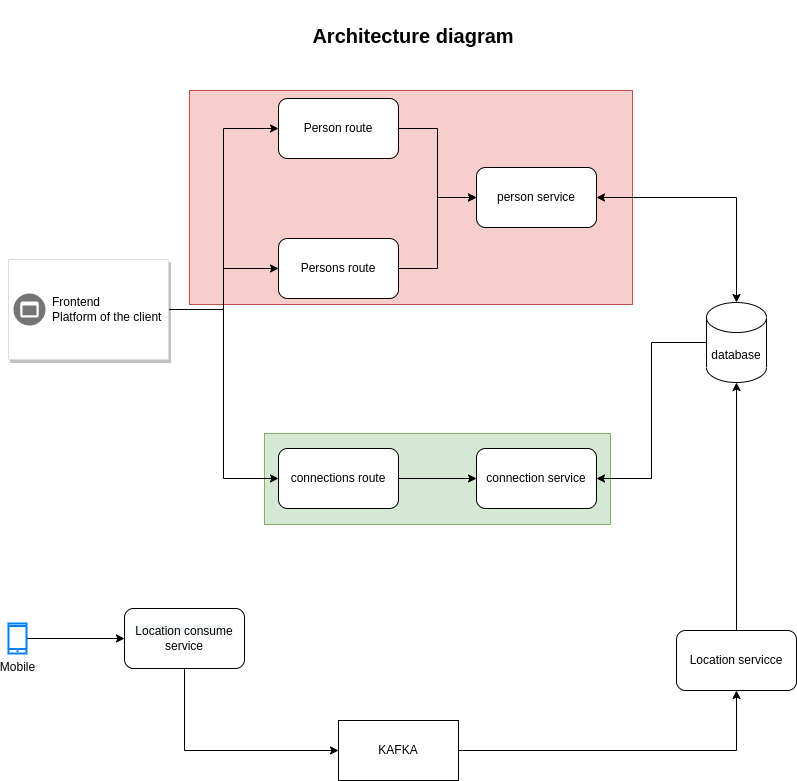
Earlier version of the draw.io export docs/architecture_design.png (moe-men/Udaconnect). Source tidied: cells renumbered, new cells last; positions are measured from the earlier drawing's top-left corner, leaving out a move shared by most shapes.
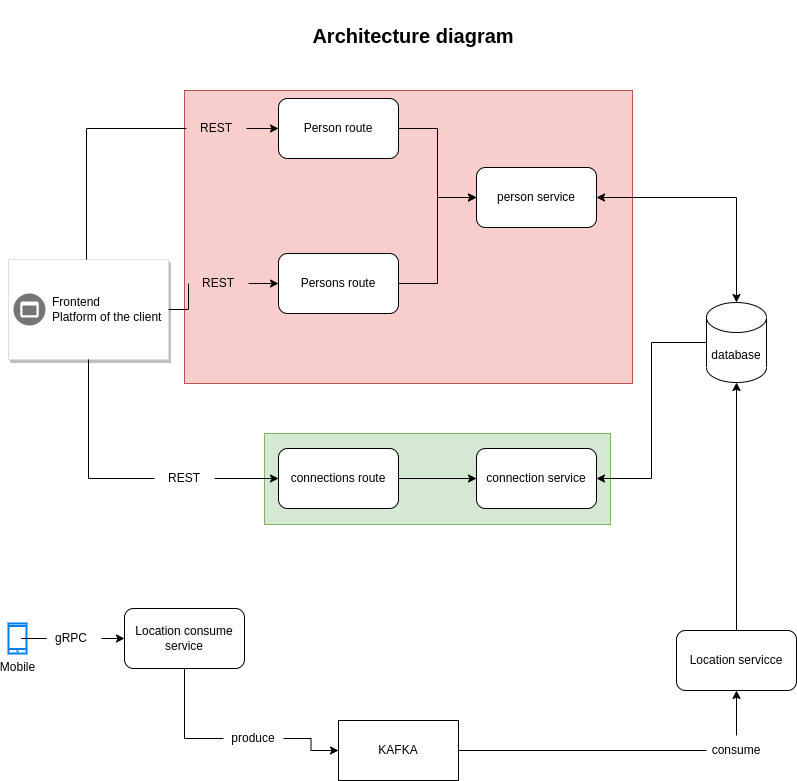
Later version of the same file.

Change to the diagram source:
```diff
@@ -6,15 +6,15 @@
       <mxGeometry x="256" y="433" width="346" height="91" as="geometry" />
     </mxCell>
     <mxCell id="3" style="rounded=0;whiteSpace=wrap;html=1;fillColor=#f8cecc;strokeColor=#b85450;" parent="1" vertex="1">
-      <mxGeometry x="181" y="90" width="443" height="214" as="geometry" />
+      <mxGeometry x="176" y="90" width="448" height="293" as="geometry" />
     </mxCell>
-    <mxCell id="4" style="edgeStyle=orthogonalEdgeStyle;rounded=0;jettySize=auto;html=1;entryX=0;entryY=0.5;entryDx=0;entryDy=0;" parent="1" edge="1" source="7" target="12">
+    <mxCell id="4" style="edgeStyle=orthogonalEdgeStyle;rounded=0;jettySize=auto;html=1;entryX=0;entryY=0.5;entryDx=0;entryDy=0;startArrow=none;" parent="1" edge="1" source="36" target="12">
       <mxGeometry relative="1" as="geometry" />
     </mxCell>
-    <mxCell id="5" style="edgeStyle=orthogonalEdgeStyle;rounded=0;jettySize=auto;html=1;entryX=0;entryY=0.5;entryDx=0;entryDy=0;" parent="1" edge="1" source="7" target="14">
+    <mxCell id="5" style="edgeStyle=orthogonalEdgeStyle;rounded=0;jettySize=auto;html=1;entryX=0;entryY=0.5;entryDx=0;entryDy=0;startArrow=none;" parent="1" edge="1" source="32" target="14">
       <mxGeometry relative="1" as="geometry" />
     </mxCell>
-    <mxCell id="6" style="edgeStyle=orthogonalEdgeStyle;rounded=0;jettySize=auto;html=1;entryX=0;entryY=0.5;entryDx=0;entryDy=0;" parent="1" edge="1" source="7" target="10">
+    <mxCell id="6" style="edgeStyle=orthogonalEdgeStyle;rounded=0;jettySize=auto;html=1;entryX=0;entryY=0.5;entryDx=0;entryDy=0;startArrow=none;" parent="1" edge="1" source="34" target="10">
       <mxGeometry relative="1" as="geometry" />
     </mxCell>
     <mxCell id="7" style="strokeColor=#dddddd;shadow=1;strokeWidth=1;rounded=1;absoluteArcSize=1;arcSize=2;" parent="1" vertex="1">
@@ -35,7 +35,7 @@
       <mxGeometry relative="1" as="geometry" />
     </mxCell>
     <mxCell id="12" value="Persons route" style="rounded=1;whiteSpace=wrap;html=1;fillColor=default;" parent="1" vertex="1">
-      <mxGeometry x="270" y="238" width="120" height="60" as="geometry" />
+      <mxGeometry x="270" y="253" width="120" height="60" as="geometry" />
     </mxCell>
     <mxCell id="13" style="edgeStyle=orthogonalEdgeStyle;rounded=0;jettySize=auto;html=1;entryX=0;entryY=0.5;entryDx=0;entryDy=0;" parent="1" edge="1" source="14" target="17">
       <mxGeometry relative="1" as="geometry" />
@@ -58,25 +58,21 @@
     <mxCell id="19" value="database" style="shape=cylinder3;whiteSpace=wrap;html=1;boundedLbl=1;backgroundOutline=1;size=15;fillColor=default;" parent="1" vertex="1">
       <mxGeometry x="698" y="302" width="60" height="80" as="geometry" />
     </mxCell>
-    <mxCell id="20" style="edgeStyle=orthogonalEdgeStyle;rounded=0;jettySize=auto;html=1;entryX=0;entryY=0.5;entryDx=0;entryDy=0;startArrow=none;startFill=0;" parent="1" edge="1" source="21" target="23">
+    <mxCell id="20" style="edgeStyle=orthogonalEdgeStyle;rounded=0;jettySize=auto;html=1;entryX=0;entryY=0.5;entryDx=0;entryDy=0;startArrow=none;startFill=0;" parent="1" edge="1" source="30" target="23">
       <mxGeometry relative="1" as="geometry" />
     </mxCell>
     <mxCell id="21" value="Mobile" style="html=1;verticalLabelPosition=bottom;align=center;labelBackgroundColor=#ffffff;verticalAlign=top;strokeWidth=2;strokeColor=#0080F0;shadow=0;dashed=0;shape=mxgraph.ios7.icons.smartphone;fillColor=default;" parent="1" vertex="1">
       <mxGeometry y="623" width="18" height="30" as="geometry" />
     </mxCell>
-    <mxCell id="22" style="edgeStyle=orthogonalEdgeStyle;rounded=0;jettySize=auto;html=1;entryX=0;entryY=0.5;entryDx=0;entryDy=0;startArrow=none;startFill=0;" parent="1" edge="1" source="23" target="25">
-      <mxGeometry relative="1" as="geometry">
-        <Array as="points">
-          <mxPoint x="176" y="750" />
-        </Array>
-      </mxGeometry>
-    </mxCell>
     <mxCell id="23" value="&lt;div style=&quot;text-align: center;&quot;&gt;&lt;span style=&quot;text-align: left; background-color: rgb(248, 249, 250);&quot;&gt;Location consume&lt;/span&gt;&lt;/div&gt;service" style="rounded=1;whiteSpace=wrap;html=1;fillColor=default;" parent="1" vertex="1">
       <mxGeometry x="116" y="608" width="120" height="60" as="geometry" />
     </mxCell>
-    <mxCell id="24" style="edgeStyle=orthogonalEdgeStyle;rounded=0;jettySize=auto;html=1;entryX=0.5;entryY=1;entryDx=0;entryDy=0;startArrow=none;startFill=0;" parent="1" edge="1" source="25" target="27">
+    <mxCell id="24" style="edgeStyle=orthogonalEdgeStyle;rounded=0;jettySize=auto;html=1;entryX=0.5;entryY=1;entryDx=0;entryDy=0;startArrow=none;startFill=0;" parent="1" edge="1" source="41" target="27">
       <mxGeometry relative="1" as="geometry" />
     </mxCell>
+    <mxCell id="29" style="edgeStyle=orthogonalEdgeStyle;rounded=0;jettySize=auto;html=1;endArrow=none;endFill=0;" parent="1" edge="1" source="25" target="41">
+      <mxGeometry relative="1" as="geometry" />
+    </mxCell>
     <mxCell id="25" value="KAFKA" style="rounded=0;whiteSpace=wrap;html=1;fillColor=default;" parent="1" vertex="1">
       <mxGeometry x="330" y="720" width="120" height="60" as="geometry" />
     </mxCell>
@@ -89,5 +85,45 @@
     <mxCell id="28" value="&lt;font style=&quot;font-size: 20px;&quot;&gt;&lt;b&gt;Architecture diagram&lt;/b&gt;&lt;/font&gt;" style="text;html=1;strokeColor=none;fillColor=none;align=center;verticalAlign=middle;whiteSpace=wrap;rounded=0;" parent="1" vertex="1">
       <mxGeometry x="283" width="244" height="69" as="geometry" />
     </mxCell>
+    <mxCell id="30" value="gRPC" style="text;html=1;strokeColor=none;fillColor=none;align=center;verticalAlign=middle;whiteSpace=wrap;rounded=0;" parent="1" vertex="1">
+      <mxGeometry x="33" y="623" width="60" height="30" as="geometry" />
+    </mxCell>
+    <mxCell id="31" style="edgeStyle=orthogonalEdgeStyle;rounded=0;jettySize=auto;html=1;entryX=0;entryY=0.5;entryDx=0;entryDy=0;startArrow=none;startFill=0;endArrow=none;" parent="1" edge="1" source="21" target="30">
+      <mxGeometry relative="1" as="geometry" />
+    </mxCell>
+    <mxCell id="32" value="REST" style="text;html=1;strokeColor=none;fillColor=none;align=center;verticalAlign=middle;whiteSpace=wrap;rounded=0;" parent="1" vertex="1">
+      <mxGeometry x="146" y="463" width="60" height="30" as="geometry" />
+    </mxCell>
+    <mxCell id="33" style="edgeStyle=orthogonalEdgeStyle;rounded=0;jettySize=auto;html=1;entryX=0;entryY=0.5;entryDx=0;entryDy=0;endArrow=none;" parent="1" edge="1" source="7" target="32">
+      <mxGeometry relative="1" as="geometry" />
+    </mxCell>
+    <mxCell id="34" value="REST" style="text;html=1;strokeColor=none;fillColor=none;align=center;verticalAlign=middle;whiteSpace=wrap;rounded=0;" parent="1" vertex="1">
+      <mxGeometry x="178" y="113" width="60" height="30" as="geometry" />
+    </mxCell>
+    <mxCell id="35" style="edgeStyle=orthogonalEdgeStyle;rounded=0;jettySize=auto;html=1;entryX=0;entryY=0.5;entryDx=0;entryDy=0;endArrow=none;" parent="1" edge="1" source="7" target="34">
+      <mxGeometry relative="1" as="geometry">
+        <Array as="points">
+          <mxPoint x="78" y="128" />
+        </Array>
+      </mxGeometry>
+    </mxCell>
+    <mxCell id="36" value="REST" style="text;html=1;strokeColor=none;fillColor=none;align=center;verticalAlign=middle;whiteSpace=wrap;rounded=0;" parent="1" vertex="1">
+      <mxGeometry x="180" y="268" width="60" height="30" as="geometry" />
+    </mxCell>
+    <mxCell id="37" style="edgeStyle=orthogonalEdgeStyle;rounded=0;jettySize=auto;html=1;entryX=0;entryY=0.5;entryDx=0;entryDy=0;endArrow=none;" parent="1" edge="1" source="7" target="36">
+      <mxGeometry relative="1" as="geometry" />
+    </mxCell>
+    <mxCell id="38" style="edgeStyle=orthogonalEdgeStyle;rounded=0;jettySize=auto;html=1;entryX=0;entryY=0.5;entryDx=0;entryDy=0;" parent="1" edge="1" source="39" target="25">
+      <mxGeometry relative="1" as="geometry" />
+    </mxCell>
+    <mxCell id="39" value="produce" style="text;html=1;strokeColor=none;fillColor=none;align=center;verticalAlign=middle;whiteSpace=wrap;rounded=0;" parent="1" vertex="1">
+      <mxGeometry x="215" y="723" width="60" height="30" as="geometry" />
+    </mxCell>
+    <mxCell id="40" style="edgeStyle=orthogonalEdgeStyle;rounded=0;jettySize=auto;html=1;entryX=0;entryY=0.5;entryDx=0;entryDy=0;startArrow=none;startFill=0;endArrow=none;" parent="1" edge="1" source="23" target="39">
+      <mxGeometry relative="1" as="geometry" />
+    </mxCell>
+    <mxCell id="41" value="consume" style="text;html=1;strokeColor=none;fillColor=none;align=center;verticalAlign=middle;whiteSpace=wrap;rounded=0;" parent="1" vertex="1">
+      <mxGeometry x="698" y="735" width="60" height="30" as="geometry" />
+    </mxCell>
   </root>
 </mxGraphModel>
```
